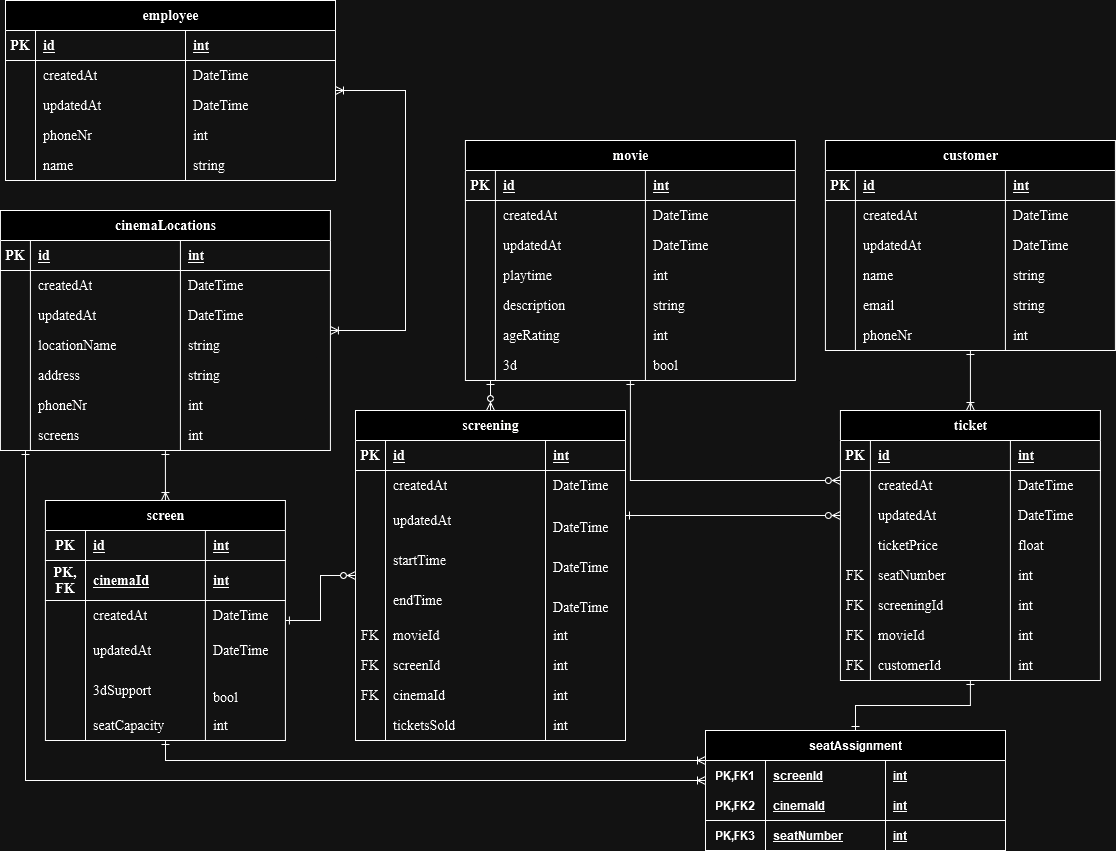
The draw.io diagram database-design_dark.drawio.png in boolean-uk/database-design, before a commit. Source tidied: cells renumbered, new cells last; positions are measured from the earlier drawing's top-left corner, leaving out a move shared by most shapes.
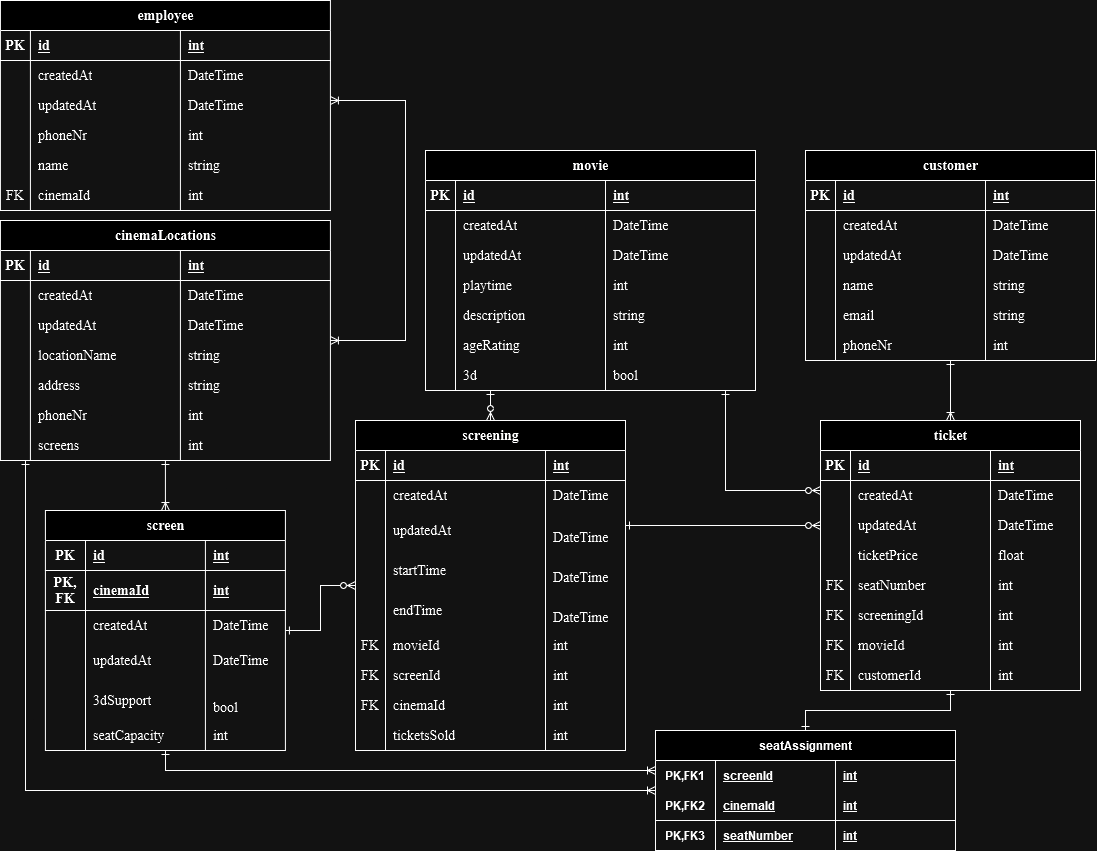
After the change.

What changed in the source:
```diff
@@ -203,7 +203,7 @@
       <mxGeometry x="190" width="80" height="30" as="geometry" />
     </mxCell>
     <mxCell id="67" value="movie" style="shape=table;startSize=30;rowLines=0;fontStyle=1;align=center;html=1;fontFamily=Garamond;fontSize=14;" parent="1" vertex="1">
-      <mxGeometry x="464.9" y="140" width="330" height="240" as="geometry" />
+      <mxGeometry x="425" y="140" width="330" height="240" as="geometry" />
     </mxCell>
     <mxCell id="68" style="shape=tableRow;horizontal=0;startSize=0;swimlaneHead=0;swimlaneBody=0;fillColor=none;top=0;left=0;right=0;bottom=1;fontFamily=Garamond;fontSize=14;" parent="67" vertex="1">
       <mxGeometry y="30" width="330" height="30" as="geometry" />
@@ -380,7 +380,7 @@
       <mxGeometry relative="1" as="geometry" />
     </mxCell>
     <mxCell id="126" value="customer" style="shape=table;startSize=30;rowLines=0;fontStyle=1;align=center;html=1;fontFamily=Garamond;fontSize=14;" parent="1" vertex="1">
-      <mxGeometry x="824.9" y="140" width="290" height="210" as="geometry" />
+      <mxGeometry x="805" y="140" width="290" height="210" as="geometry" />
     </mxCell>
     <mxCell id="127" style="shape=tableRow;horizontal=0;startSize=0;swimlaneHead=0;swimlaneBody=0;fillColor=none;top=0;left=0;right=0;bottom=1;fontFamily=Garamond;fontSize=14;" parent="126" vertex="1">
       <mxGeometry y="30" width="290" height="30" as="geometry" />
@@ -463,7 +463,7 @@
       </mxGeometry>
     </mxCell>
     <mxCell id="152" value="employee" style="shape=table;startSize=30;rowLines=0;fontStyle=1;align=center;html=1;fontFamily=Garamond;fontSize=14;" parent="1" vertex="1">
-      <mxGeometry x="5" width="330" height="180" as="geometry" />
+      <mxGeometry x="-0.1" y="-10" width="330" height="210" as="geometry" />
     </mxCell>
     <mxCell id="153" style="shape=tableRow;horizontal=0;startSize=0;swimlaneHead=0;swimlaneBody=0;fillColor=none;top=0;left=0;right=0;bottom=1;fontFamily=Garamond;fontSize=14;" parent="152" vertex="1">
       <mxGeometry y="30" width="330" height="30" as="geometry" />
@@ -525,10 +525,22 @@
     <mxCell id="172" value="string" style="shape=partialRectangle;fillColor=none;top=0;left=0;bottom=0;right=0;align=left;spacingLeft=6;overflow=hidden;whiteSpace=wrap;html=1;fontFamily=Garamond;fontSize=14;" parent="169" vertex="1">
       <mxGeometry x="180" width="150" height="30" as="geometry" />
     </mxCell>
+    <mxCell id="224" style="shape=tableRow;horizontal=0;startSize=0;swimlaneHead=0;swimlaneBody=0;fillColor=none;top=0;left=0;right=0;bottom=0;fontFamily=Garamond;fontSize=14;" parent="152" vertex="1">
+      <mxGeometry y="180" width="330" height="30" as="geometry" />
+    </mxCell>
+    <mxCell id="225" value="FK" style="shape=partialRectangle;fillColor=none;top=0;left=0;bottom=0;right=0;overflow=hidden;whiteSpace=wrap;html=1;fontFamily=Garamond;fontSize=14;" parent="224" vertex="1">
+      <mxGeometry width="30" height="30" as="geometry" />
+    </mxCell>
+    <mxCell id="226" value="cinemaId" style="shape=partialRectangle;fillColor=none;top=0;left=0;bottom=0;right=0;align=left;spacingLeft=6;overflow=hidden;whiteSpace=wrap;html=1;fontFamily=Garamond;fontSize=14;" parent="224" vertex="1">
+      <mxGeometry x="30" width="150" height="30" as="geometry" />
+    </mxCell>
+    <mxCell id="227" value="int" style="shape=partialRectangle;fillColor=none;top=0;left=0;bottom=0;right=0;align=left;spacingLeft=6;overflow=hidden;whiteSpace=wrap;html=1;fontFamily=Garamond;fontSize=14;" parent="224" vertex="1">
+      <mxGeometry x="180" width="150" height="30" as="geometry" />
+    </mxCell>
     <mxCell id="173" style="edgeStyle=orthogonalEdgeStyle;rounded=0;jettySize=auto;html=1;endArrow=ERone;endFill=0;startArrow=ERzeroToMany;startFill=0;fontFamily=Garamond;fontSize=14;" parent="1" edge="1" source="176" target="67">
       <mxGeometry relative="1" as="geometry">
         <Array as="points">
-          <mxPoint x="629.9" y="480" />
+          <mxPoint x="725" y="480" />
         </Array>
       </mxGeometry>
     </mxCell>
@@ -544,7 +556,7 @@
       <mxGeometry relative="1" as="geometry" />
     </mxCell>
     <mxCell id="176" value="ticket" style="shape=table;startSize=30;rowLines=0;fontStyle=1;align=center;html=1;fontFamily=Garamond;fontSize=14;" parent="1" vertex="1">
-      <mxGeometry x="839.9" y="410" width="260" height="270" as="geometry" />
+      <mxGeometry x="820" y="410" width="260" height="270" as="geometry" />
     </mxCell>
     <mxCell id="177" style="shape=tableRow;horizontal=0;startSize=0;swimlaneHead=0;swimlaneBody=0;fillColor=none;top=0;left=0;right=0;bottom=1;fontFamily=Garamond;fontSize=14;" parent="176" vertex="1">
       <mxGeometry y="30" width="260" height="30" as="geometry" />
@@ -650,7 +662,7 @@
       </mxGeometry>
     </mxCell>
     <mxCell id="210" value="seatAssignment" style="shape=table;startSize=30;rowLines=0;fontStyle=1;align=center;html=1;whiteSpace=wrap;" parent="1" vertex="1">
-      <mxGeometry x="705" y="730" width="300" height="120" as="geometry" />
+      <mxGeometry x="655" y="720" width="300" height="120" as="geometry" />
     </mxCell>
     <mxCell id="211" style="shape=tableRow;horizontal=0;startSize=0;swimlaneHead=0;swimlaneBody=0;fillColor=none;top=0;left=0;right=0;bottom=0;html=1;" parent="210" vertex="1">
       <mxGeometry y="30" width="300" height="30" as="geometry" />
```
